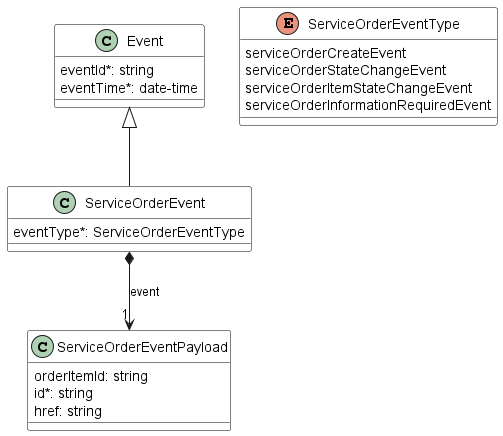
MEF-GIT/MEF-LSO-Legato-SDK keeps this PlantUML diagram as documentation/serviceApi/order/media/ServiceOrderNotificationModel.png. Above is the earlier version.
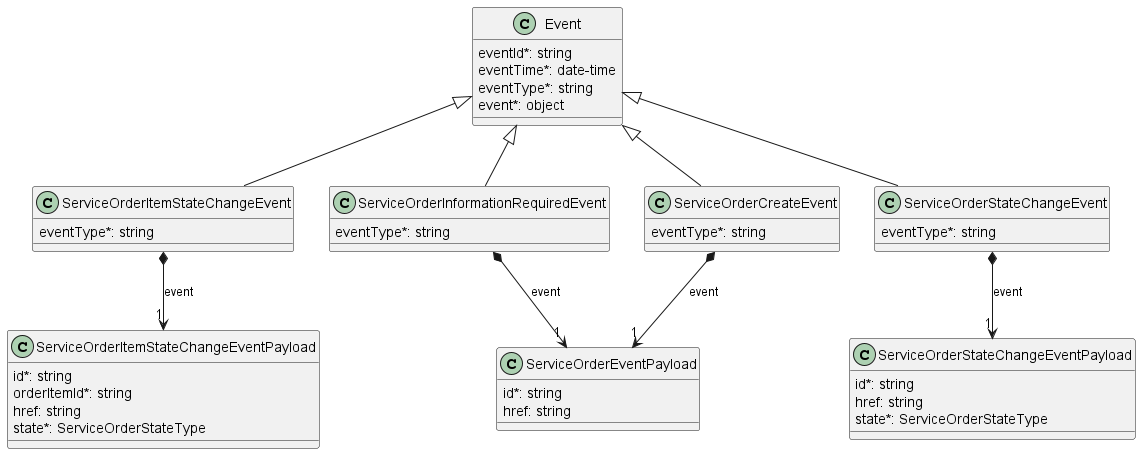
Above is the later version.

What changed in the source:
```diff
@@ -1,41 +1,76 @@
 @startuml
-skinparam {
-    ClassBackgroundColor White
-    ClassBorderColor Black
-}
 
 
 class Event {
 
     eventId*: string
     eventTime*: date-time
+    eventType*: string
+    event*: object
 }
 
 
 
-class ServiceOrderEvent {
-
-    eventType*: ServiceOrderEventType
-}
-Event <|-- ServiceOrderEvent
-
-ServiceOrderEvent *-->"1" ServiceOrderEventPayload : event
-
-
 class ServiceOrderEventPayload {
 
-    orderItemId: string
     id*: string
     href: string
 }
 
 
 
-enum ServiceOrderEventType {
+class ServiceOrderCreateEvent {
 
-    serviceOrderCreateEvent
-    serviceOrderStateChangeEvent
-    serviceOrderItemStateChangeEvent
-    serviceOrderInformationRequiredEvent
+    eventType*: string
 }
+Event <|-- ServiceOrderCreateEvent
+
+ServiceOrderCreateEvent *-->"1" ServiceOrderEventPayload : event
+
+
+class ServiceOrderItemStateChangeEvent {
+
+    eventType*: string
+}
+Event <|-- ServiceOrderItemStateChangeEvent
+
+ServiceOrderItemStateChangeEvent *-->"1" ServiceOrderItemStateChangeEventPayload : event
+
+
+class ServiceOrderItemStateChangeEventPayload {
+
+    id*: string
+    orderItemId*: string
+    href: string
+    state*: ServiceOrderStateType
+}
+
+
+
+class ServiceOrderStateChangeEvent {
+
+    eventType*: string
+}
+Event <|-- ServiceOrderStateChangeEvent
+
+ServiceOrderStateChangeEvent *-->"1" ServiceOrderStateChangeEventPayload : event
+
+
+class ServiceOrderStateChangeEventPayload {
+
+    id*: string
+    href: string
+    state*: ServiceOrderStateType
+}
+
+
+
+class ServiceOrderInformationRequiredEvent {
+
+    eventType*: string
+}
+Event <|-- ServiceOrderInformationRequiredEvent
+
+ServiceOrderInformationRequiredEvent *-->"1" ServiceOrderEventPayload : event
+
 @enduml
```
